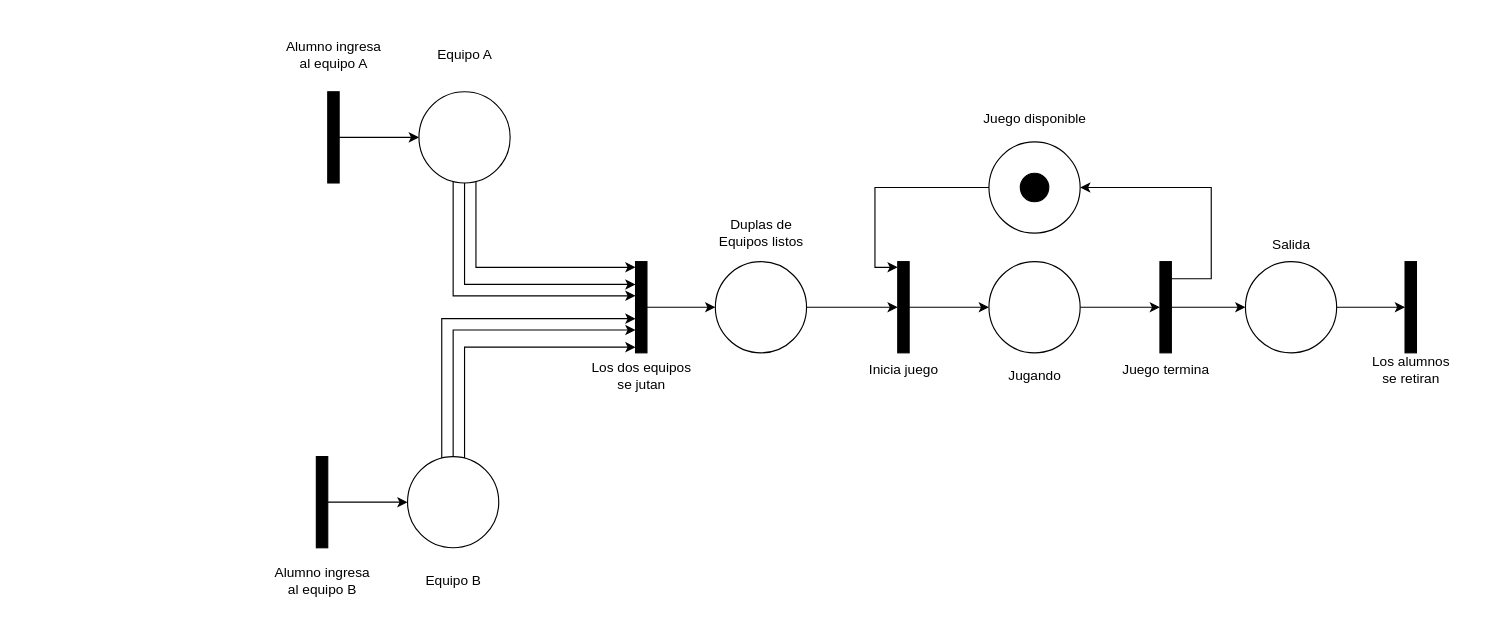
This is RP /Ejercicio_10.drawio from imnotsetro/IDS-1, a draw.io file, before an edit. Source tidied: cells renumbered, new cells numbered last; positions are measured from the earlier drawing's top-left corner, leaving out a move shared by most shapes. Both pictures are drawn from the tidied source at 114%, with x=0, y=0 at pixel (259, 32).
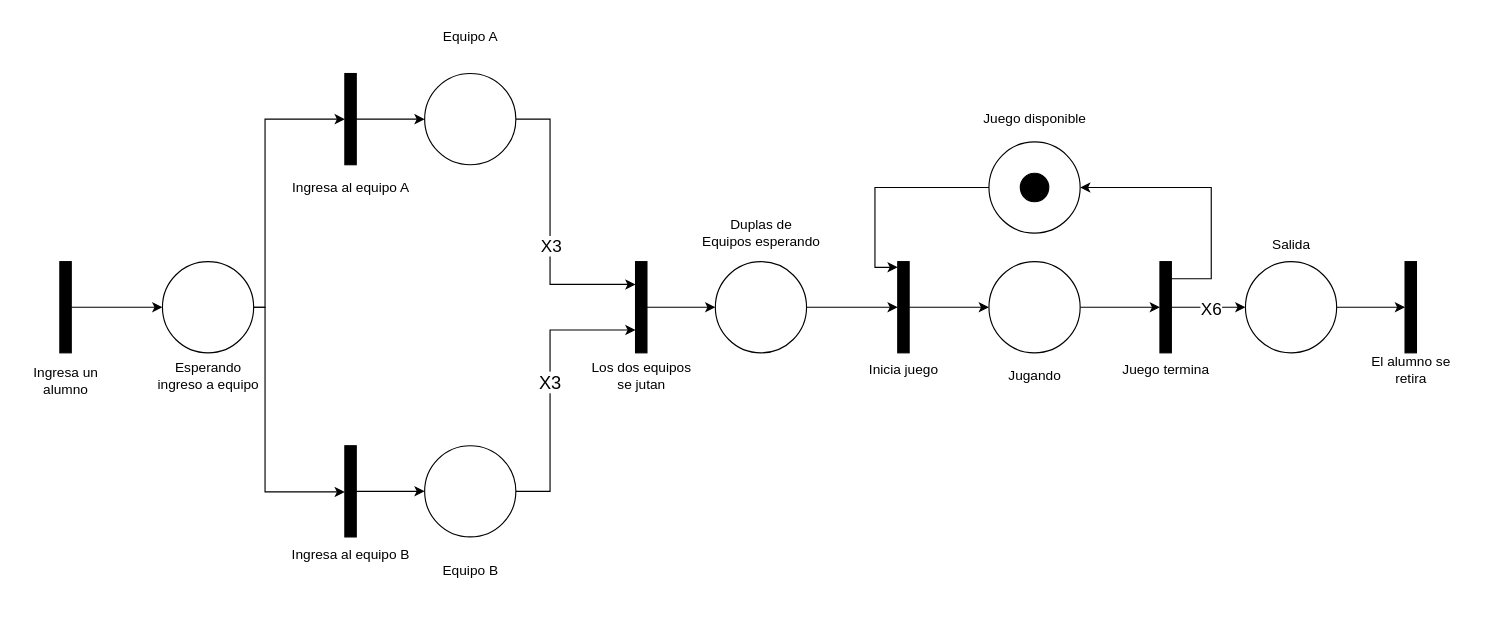
The same diagram, later.

Unchanged cells that the change refers to:
```xml
<mxCell id="13" style="edgeStyle=orthogonalEdgeStyle;rounded=0;jettySize=auto;html=1;curved=0;" parent="1" edge="1" source="14" target="28">
  <mxGeometry relative="1" as="geometry" />
</mxCell>
<mxCell id="21" style="html=1;points=[[0,0,0,0,5],[0,1,0,0,-5],[1,0,0,0,5],[1,1,0,0,-5]];perimeter=orthogonalPerimeter;outlineConnect=0;targetShapes=umlLifeline;portConstraint=eastwest;newEdgeStyle={&quot;curved&quot;:0,&quot;rounded&quot;:0};fillColor=#000000;" parent="1" vertex="1">
  <mxGeometry x="330" y="201" width="10" height="80" as="geometry" />
</mxCell>
```

Diff of the diagram source:
```diff
@@
-    <mxCell id="2" style="edgeStyle=orthogonalEdgeStyle;rounded=0;jettySize=auto;html=1;curved=0;" parent="1" edge="1" source="3" target="5">
-      <mxGeometry relative="1" as="geometry" />
-    </mxCell>
-    <mxCell id="3" style="html=1;points=[[0,0,0,0,5],[0,1,0,0,-5],[1,0,0,0,5],[1,1,0,0,-5]];perimeter=orthogonalPerimeter;outlineConnect=0;targetShapes=umlLifeline;portConstraint=eastwest;newEdgeStyle={&quot;curved&quot;:0,&quot;rounded&quot;:0};fillColor=#000000;" parent="1" vertex="1">
-      <mxGeometry x="60" y="52" width="10" height="80" as="geometry" />
-    </mxCell>
-    <mxCell id="4" style="edgeStyle=orthogonalEdgeStyle;rounded=0;jettySize=auto;html=1;" parent="1" edge="1" source="5" target="21">
-      <mxGeometry relative="1" as="geometry">
-        <Array as="points">
-          <mxPoint x="170" y="231" />
-        </Array>
-      </mxGeometry>
-    </mxCell>
+    <mxCell id="43" style="edgeStyle=orthogonalEdgeStyle;rounded=0;jettySize=auto;html=1;" parent="1" edge="1" source="5" target="21">
+      <mxGeometry relative="1" as="geometry">
+        <Array as="points">
+          <mxPoint x="255" y="76" />
+          <mxPoint x="255" y="221" />
+        </Array>
+      </mxGeometry>
+    </mxCell>
+    <mxCell id="44" value="&lt;font style=&quot;font-size: 15px;&quot;&gt;X3&lt;/font&gt;" style="edgeLabel;html=1;align=center;verticalAlign=middle;fontSize=15;" parent="43" vertex="1">
+      <mxGeometry x="0.15" y="-2" relative="1" as="geometry">
+        <mxPoint x="2" y="-4" as="offset" />
+      </mxGeometry>
+    </mxCell>
     <mxCell id="5" style="ellipse;whiteSpace=wrap;html=1;" parent="1" vertex="1">
-      <mxGeometry x="140" y="52" width="80" height="80" as="geometry" />
+      <mxGeometry x="145" y="36" width="80" height="80" as="geometry" />
     </mxCell>
@@
+    <mxCell id="45" value="X6" style="edgeLabel;html=1;align=center;verticalAlign=middle;fontSize=15;" parent="13" vertex="1">
+      <mxGeometry x="0.04" y="-2" relative="1" as="geometry">
+        <mxPoint y="-2" as="offset" />
+      </mxGeometry>
+    </mxCell>
@@
-    <mxCell id="15" style="edgeStyle=orthogonalEdgeStyle;rounded=0;jettySize=auto;html=1;curved=0;" parent="1" edge="1" source="16" target="19">
-      <mxGeometry relative="1" as="geometry" />
-    </mxCell>
-    <mxCell id="16" style="html=1;points=[[0,0,0,0,5],[0,1,0,0,-5],[1,0,0,0,5],[1,1,0,0,-5]];perimeter=orthogonalPerimeter;outlineConnect=0;targetShapes=umlLifeline;portConstraint=eastwest;newEdgeStyle={&quot;curved&quot;:0,&quot;rounded&quot;:0};fillColor=#000000;" parent="1" vertex="1">
-      <mxGeometry x="50" y="372" width="10" height="80" as="geometry" />
-    </mxCell>
-    <mxCell id="17" style="edgeStyle=orthogonalEdgeStyle;rounded=0;jettySize=auto;html=1;" parent="1" edge="1" source="19" target="21">
-      <mxGeometry relative="1" as="geometry">
-        <Array as="points">
-          <mxPoint x="160" y="251" />
-        </Array>
-      </mxGeometry>
-    </mxCell>
-    <mxCell id="18" style="edgeStyle=orthogonalEdgeStyle;rounded=0;jettySize=auto;html=1;" parent="1" edge="1" source="19" target="21">
-      <mxGeometry relative="1" as="geometry">
-        <Array as="points">
-          <mxPoint x="170" y="261" />
-        </Array>
-      </mxGeometry>
-    </mxCell>
+    <mxCell id="46" style="edgeStyle=orthogonalEdgeStyle;rounded=0;jettySize=auto;html=1;" parent="1" edge="1" source="19" target="21">
+      <mxGeometry relative="1" as="geometry">
+        <Array as="points">
+          <mxPoint x="255" y="402" />
+          <mxPoint x="255" y="261" />
+        </Array>
+      </mxGeometry>
+    </mxCell>
+    <mxCell id="47" value="X3" style="edgeLabel;html=1;align=center;verticalAlign=middle;fontSize=16;" parent="46" vertex="1">
+      <mxGeometry x="0.02" y="1" relative="1" as="geometry" />
+    </mxCell>
     <mxCell id="19" style="ellipse;whiteSpace=wrap;html=1;" parent="1" vertex="1">
-      <mxGeometry x="130" y="372" width="80" height="80" as="geometry" />
+      <mxGeometry x="145" y="362.5" width="80" height="80" as="geometry" />
     </mxCell>
@@
-    <mxCell id="22" value="&lt;div&gt;Alumno ingresa&lt;/div&gt;&lt;div&gt;al equipo A&lt;br&gt;&lt;/div&gt;" style="text;html=1;align=center;verticalAlign=middle;strokeColor=none;fillColor=none;" parent="1" vertex="1">
-      <mxGeometry x="10" width="110" height="40" as="geometry" />
-    </mxCell>
     <mxCell id="23" value="Equipo A" style="text;html=1;align=center;verticalAlign=middle;strokeColor=none;fillColor=none;" parent="1" vertex="1">
-      <mxGeometry x="145" y="5" width="70" height="30" as="geometry" />
+      <mxGeometry x="150" y="-11" width="70" height="30" as="geometry" />
     </mxCell>
@@
-    <mxCell id="30" style="edgeStyle=orthogonalEdgeStyle;rounded=0;jettySize=auto;html=1;entryX=0;entryY=1;entryDx=0;entryDy=-5;entryPerimeter=0;" parent="1" edge="1" source="19" target="21">
-      <mxGeometry relative="1" as="geometry">
-        <Array as="points">
-          <mxPoint x="180" y="276" />
-        </Array>
-      </mxGeometry>
-    </mxCell>
-    <mxCell id="31" style="edgeStyle=orthogonalEdgeStyle;rounded=0;jettySize=auto;html=1;entryX=0;entryY=0;entryDx=0;entryDy=5;entryPerimeter=0;" parent="1" edge="1" source="5" target="21">
-      <mxGeometry relative="1" as="geometry">
-        <Array as="points">
-          <mxPoint x="190" y="206" />
-        </Array>
-      </mxGeometry>
-    </mxCell>
-    <mxCell id="32" style="edgeStyle=orthogonalEdgeStyle;rounded=0;jettySize=auto;html=1;" parent="1" edge="1" source="5" target="21">
-      <mxGeometry relative="1" as="geometry">
-        <Array as="points">
-          <mxPoint x="180" y="221" />
-        </Array>
-      </mxGeometry>
-    </mxCell>
-    <mxCell id="33" value="&lt;div&gt;Alumno ingresa&lt;/div&gt;&lt;div&gt;al equipo B&lt;br&gt;&lt;/div&gt;" style="text;html=1;align=center;verticalAlign=middle;strokeColor=none;fillColor=none;" parent="1" vertex="1">
-      <mxGeometry y="461" width="110" height="40" as="geometry" />
-    </mxCell>
     <mxCell id="34" value="Equipo B" style="text;html=1;align=center;verticalAlign=middle;strokeColor=none;fillColor=none;" parent="1" vertex="1">
-      <mxGeometry x="135" y="466" width="70" height="30" as="geometry" />
+      <mxGeometry x="150" y="456.5" width="70" height="30" as="geometry" />
     </mxCell>
@@
-    <mxCell id="36" value="&lt;div&gt;Duplas de&lt;/div&gt;&lt;div&gt;Equipos listos&lt;/div&gt;" style="text;html=1;align=center;verticalAlign=middle;strokeColor=none;fillColor=none;" parent="1" vertex="1">
-      <mxGeometry x="390" y="156" width="100" height="40" as="geometry" />
+    <mxCell id="36" value="&lt;div&gt;Duplas de&lt;/div&gt;&lt;div&gt;Equipos esperando&lt;/div&gt;" style="text;html=1;align=center;verticalAlign=middle;strokeColor=none;fillColor=none;" parent="1" vertex="1">
+      <mxGeometry x="375" y="156" width="130" height="40" as="geometry" />
     </mxCell>
@@
-    <mxCell id="42" value="&lt;div&gt;Los alumnos&lt;/div&gt;&lt;div&gt;se retiran&lt;br&gt;&lt;/div&gt;" style="text;html=1;align=center;verticalAlign=middle;strokeColor=none;fillColor=none;" parent="1" vertex="1">
+    <mxCell id="42" value="&lt;div&gt;El alumno se&lt;/div&gt;&lt;div&gt;retira&lt;br&gt;&lt;/div&gt;" style="text;html=1;align=center;verticalAlign=middle;strokeColor=none;fillColor=none;" parent="1" vertex="1">
       <mxGeometry x="960" y="276" width="100" height="40" as="geometry" />
     </mxCell>
+    <mxCell id="48" style="edgeStyle=orthogonalEdgeStyle;rounded=0;jettySize=auto;html=1;curved=0;" parent="1" edge="1" source="49" target="52">
+      <mxGeometry relative="1" as="geometry" />
+    </mxCell>
+    <mxCell id="49" style="html=1;points=[[0,0,0,0,5],[0,1,0,0,-5],[1,0,0,0,5],[1,1,0,0,-5]];perimeter=orthogonalPerimeter;outlineConnect=0;targetShapes=umlLifeline;portConstraint=eastwest;newEdgeStyle={&quot;curved&quot;:0,&quot;rounded&quot;:0};fillColor=#000000;" parent="1" vertex="1">
+      <mxGeometry x="-175" y="201" width="10" height="80" as="geometry" />
+    </mxCell>
+    <mxCell id="50" style="edgeStyle=orthogonalEdgeStyle;rounded=0;jettySize=auto;html=1;" parent="1" edge="1" source="52" target="56">
+      <mxGeometry relative="1" as="geometry">
+        <Array as="points">
+          <mxPoint x="5" y="241" />
+          <mxPoint x="5" y="403" />
+        </Array>
+      </mxGeometry>
+    </mxCell>
+    <mxCell id="51" style="edgeStyle=orthogonalEdgeStyle;rounded=0;jettySize=auto;html=1;" parent="1" edge="1" source="52" target="54">
+      <mxGeometry relative="1" as="geometry">
+        <Array as="points">
+          <mxPoint x="5" y="241" />
+          <mxPoint x="5" y="76" />
+        </Array>
+      </mxGeometry>
+    </mxCell>
+    <mxCell id="52" style="ellipse;whiteSpace=wrap;html=1;" parent="1" vertex="1">
+      <mxGeometry x="-85" y="201" width="80" height="80" as="geometry" />
+    </mxCell>
+    <mxCell id="53" style="edgeStyle=orthogonalEdgeStyle;rounded=0;jettySize=auto;html=1;curved=0;" parent="1" edge="1" source="54" target="5">
+      <mxGeometry relative="1" as="geometry" />
+    </mxCell>
+    <mxCell id="54" style="html=1;points=[[0,0,0,0,5],[0,1,0,0,-5],[1,0,0,0,5],[1,1,0,0,-5]];perimeter=orthogonalPerimeter;outlineConnect=0;targetShapes=umlLifeline;portConstraint=eastwest;newEdgeStyle={&quot;curved&quot;:0,&quot;rounded&quot;:0};fillColor=#000000;" parent="1" vertex="1">
+      <mxGeometry x="75" y="36" width="10" height="80" as="geometry" />
+    </mxCell>
+    <mxCell id="55" style="edgeStyle=orthogonalEdgeStyle;rounded=0;jettySize=auto;html=1;curved=0;" parent="1" edge="1" source="56" target="19">
+      <mxGeometry relative="1" as="geometry" />
+    </mxCell>
+    <mxCell id="56" style="html=1;points=[[0,0,0,0,5],[0,1,0,0,-5],[1,0,0,0,5],[1,1,0,0,-5]];perimeter=orthogonalPerimeter;outlineConnect=0;targetShapes=umlLifeline;portConstraint=eastwest;newEdgeStyle={&quot;curved&quot;:0,&quot;rounded&quot;:0};fillColor=#000000;" parent="1" vertex="1">
+      <mxGeometry x="75" y="362.5" width="10" height="80" as="geometry" />
+    </mxCell>
+    <mxCell id="57" value="&lt;div&gt;Ingresa un&lt;/div&gt;&lt;div&gt;alumno&lt;br&gt;&lt;/div&gt;" style="text;html=1;align=center;verticalAlign=middle;strokeColor=none;fillColor=none;" parent="1" vertex="1">
+      <mxGeometry x="-210" y="286" width="80" height="40" as="geometry" />
+    </mxCell>
+    <mxCell id="58" value="&lt;div&gt;Esperando&lt;/div&gt;&lt;div&gt;ingreso a equipo&lt;br&gt;&lt;/div&gt;" style="text;html=1;align=center;verticalAlign=middle;strokeColor=none;fillColor=none;" parent="1" vertex="1">
+      <mxGeometry x="-105" y="281" width="120" height="40" as="geometry" />
+    </mxCell>
+    <mxCell id="59" value="Ingresa al equipo A" style="text;html=1;align=center;verticalAlign=middle;strokeColor=none;fillColor=none;" parent="1" vertex="1">
+      <mxGeometry x="15" y="121" width="130" height="30" as="geometry" />
+    </mxCell>
+    <mxCell id="60" value="Ingresa al equipo B" style="text;html=1;align=center;verticalAlign=middle;strokeColor=none;fillColor=none;" parent="1" vertex="1">
+      <mxGeometry x="15" y="442.5" width="130" height="30" as="geometry" />
+    </mxCell>
```
